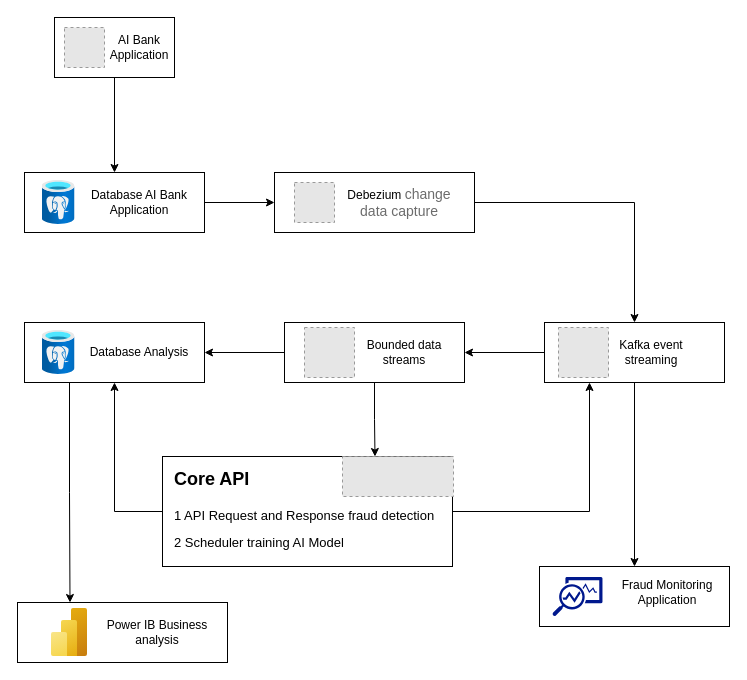
Earlier version of the draw.io diagram AI_Detection_Fraud_Flow.drawio (openoneapp/fraud_detection_pipline). Source tidied: cells renumbered, new cells numbered last; positions are measured from the earlier drawing's top-left corner, leaving out a move shared by most shapes. Both pictures are drawn from the tidied source at 100%, with x=0, y=0 at pixel (17, 17). Pictures stored in the file or linked from it are replaced by grey dashed boxes.
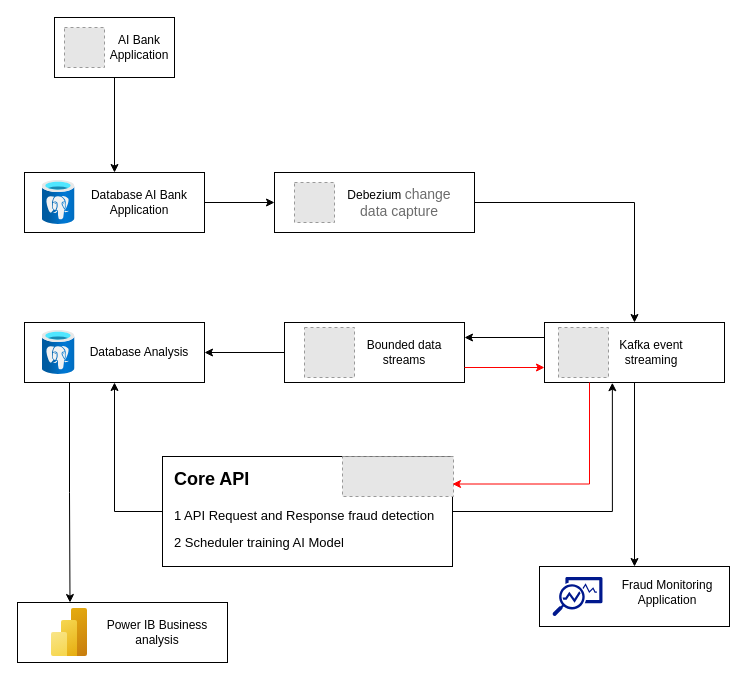
The same page after the edit.

The change refers to these unchanged cells:
```xml
<mxCell id="17" style="rounded=0;whiteSpace=wrap;html=1;" parent="16" vertex="1">
  <mxGeometry width="180" height="60" as="geometry" />
</mxCell>
<mxCell id="32" style="rounded=0;whiteSpace=wrap;html=1;" parent="31" vertex="1">
  <mxGeometry width="180" height="60" as="geometry" />
</mxCell>
<mxCell id="37" style="rounded=0;whiteSpace=wrap;html=1;" parent="36" vertex="1">
  <mxGeometry width="290" height="110" as="geometry" />
</mxCell>
<mxCell id="38" value="&lt;h1 style=&quot;margin-top: 0px;&quot;&gt;&lt;font style=&quot;font-size: 18px;&quot;&gt;Core API&lt;/font&gt;&lt;/h1&gt;&lt;p&gt;&lt;font style=&quot;font-size: 13px;&quot;&gt;1 API Request and Response fraud detection&lt;/font&gt;&lt;/p&gt;&lt;p style=&quot;margin: 10px 0px; padding-bottom: 0px; padding-right: 0px;&quot;&gt;&lt;font style=&quot;font-size: 13px;&quot;&gt;2 Scheduler training AI Model&lt;/font&gt;&lt;/p&gt;" style="text;html=1;whiteSpace=wrap;overflow=hidden;rounded=0;" parent="36" vertex="1">
  <mxGeometry x="10" width="270" height="110" as="geometry" />
</mxCell>
```

What changed in the source:
```diff
@@
-    <mxCell id="25" style="edgeStyle=orthogonalEdgeStyle;rounded=0;jettySize=auto;html=1;entryX=1;entryY=0.5;entryDx=0;entryDy=0;flowAnimation=1;exitX=0;exitY=0.5;exitDx=0;exitDy=0;" parent="1" edge="1" source="17" target="32">
+    <mxCell id="25" style="edgeStyle=orthogonalEdgeStyle;rounded=0;jettySize=auto;html=1;entryX=1;entryY=0.25;entryDx=0;entryDy=0;flowAnimation=1;exitX=0;exitY=0.25;exitDx=0;exitDy=0;" parent="1" edge="1" source="17" target="32">
       <mxGeometry relative="1" as="geometry" />
     </mxCell>
@@
-    <mxCell id="45" style="edgeStyle=orthogonalEdgeStyle;rounded=0;jettySize=auto;html=1;exitX=0.5;exitY=1;exitDx=0;exitDy=0;entryX=0.75;entryY=0;entryDx=0;entryDy=0;flowAnimation=1;" parent="1" edge="1" source="32" target="38">
-      <mxGeometry relative="1" as="geometry" />
-    </mxCell>
@@
-    <mxCell id="47" style="edgeStyle=orthogonalEdgeStyle;rounded=0;jettySize=auto;html=1;exitX=1;exitY=0.5;exitDx=0;exitDy=0;entryX=0.25;entryY=1;entryDx=0;entryDy=0;flowAnimation=1;" parent="1" edge="1" source="37" target="17">
+    <mxCell id="47" style="edgeStyle=orthogonalEdgeStyle;rounded=0;jettySize=auto;html=1;exitX=1;exitY=0.5;exitDx=0;exitDy=0;entryX=0.377;entryY=1.004;entryDx=0;entryDy=0;flowAnimation=1;entryPerimeter=0;" parent="1" edge="1" source="37" target="17">
       <mxGeometry relative="1" as="geometry" />
     </mxCell>
+    <mxCell id="48" style="edgeStyle=orthogonalEdgeStyle;rounded=0;jettySize=auto;html=1;entryX=0;entryY=0.75;entryDx=0;entryDy=0;flowAnimation=1;exitX=1;exitY=0.75;exitDx=0;exitDy=0;strokeColor=light-dark(#ff0000, #ededed);" parent="1" edge="1" source="32" target="17">
+      <mxGeometry relative="1" as="geometry" />
+    </mxCell>
+    <mxCell id="49" style="edgeStyle=orthogonalEdgeStyle;rounded=0;jettySize=auto;html=1;exitX=0.25;exitY=1;exitDx=0;exitDy=0;entryX=1;entryY=0.25;entryDx=0;entryDy=0;flowAnimation=1;strokeColor=light-dark(#ff0000, #ededed);" parent="1" edge="1" source="17" target="37">
+      <mxGeometry relative="1" as="geometry" />
+    </mxCell>
```
